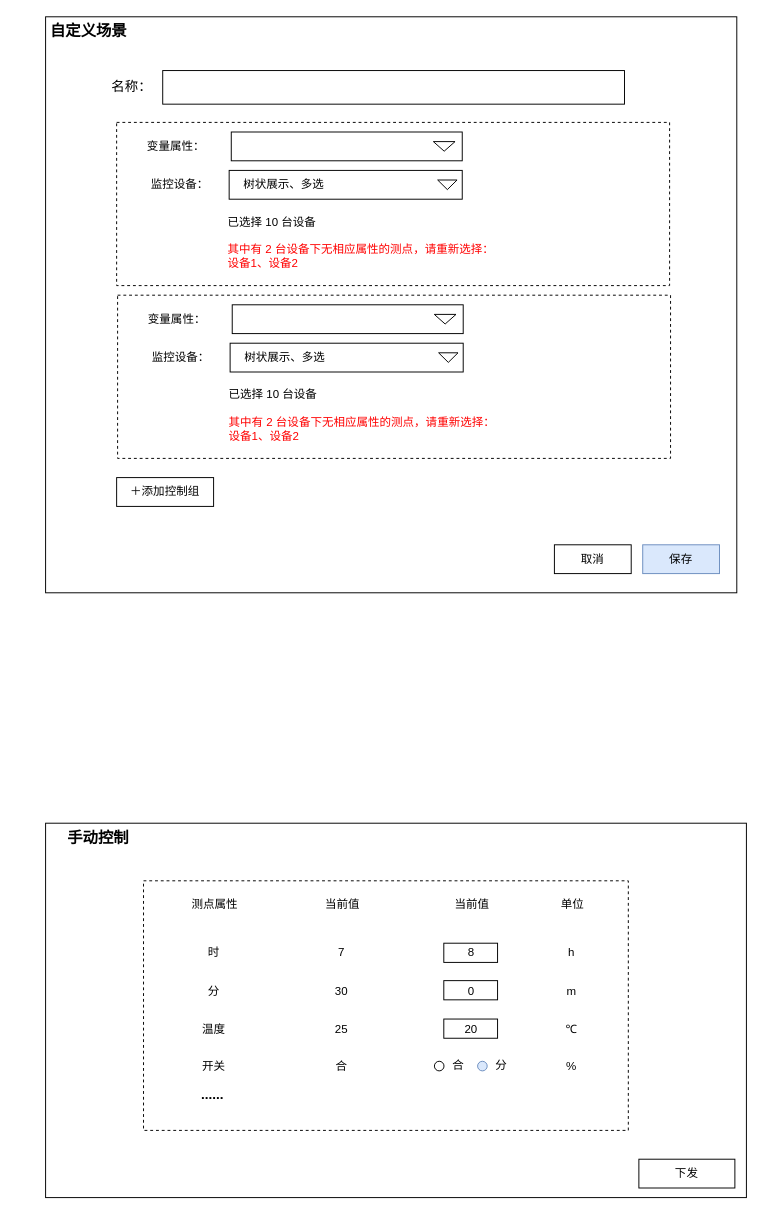
This is 场景控制.drawio from foreverfirst/draw, a draw.io file, before an edit. Source tidied: cells renumbered, new cells numbered last; positions are measured from the earlier drawing's top-left corner, leaving out a move shared by most shapes. Both pictures are drawn from the tidied source at 96%, with x=0, y=0 at pixel (16, 16).
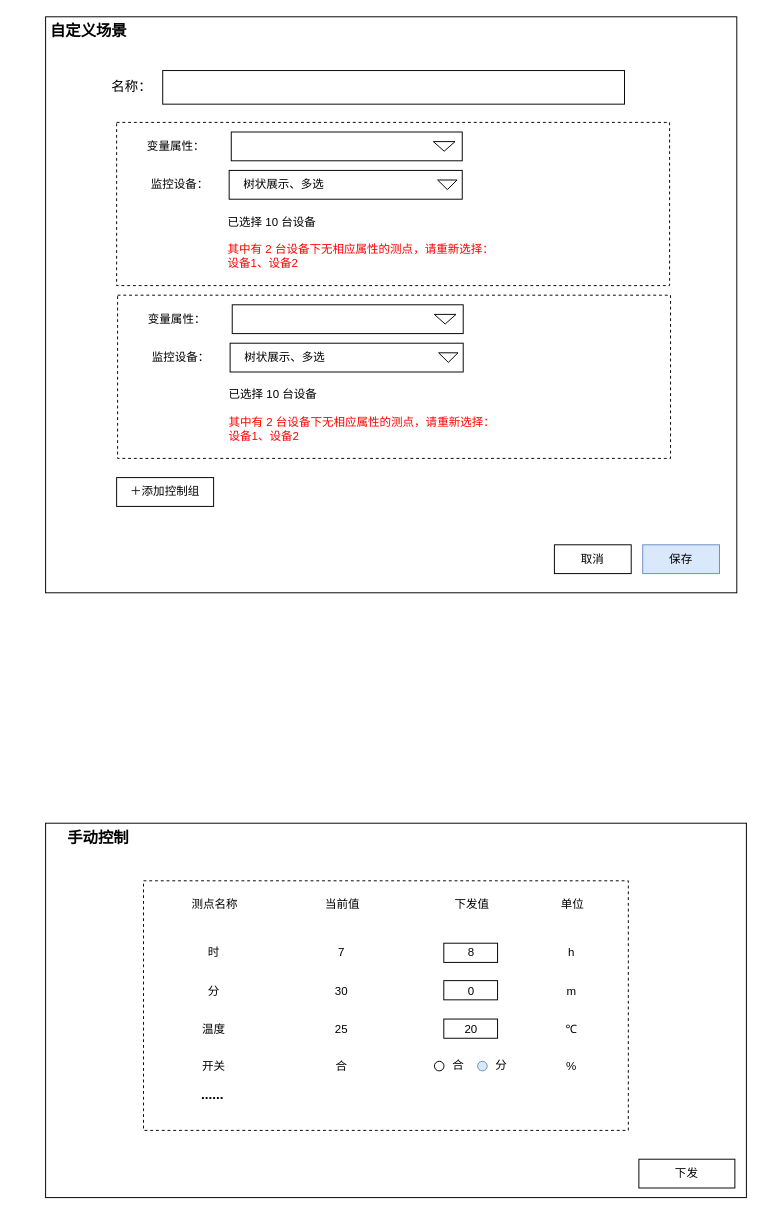
After the change.

Commit message:
更新场景控制.drawio

The change refers to these unchanged cells:
```xml
<mxCell id="13" style="group;" parent="12" vertex="1">
  <mxGeometry width="318" height="30" as="geometry" />
</mxCell>
```

Diff of the diagram source:
```diff
@@
-    <mxCell id="14" value="测点属性" style="text;html=1;strokeColor=none;fillColor=none;align=center;verticalAlign=middle;whiteSpace=wrap;rounded=0;" parent="13" vertex="1">
+    <mxCell id="14" value="测点名称" style="text;html=1;strokeColor=none;fillColor=none;align=center;verticalAlign=middle;whiteSpace=wrap;rounded=0;" parent="13" vertex="1">
       <mxGeometry width="50.5" height="30" as="geometry" />
     </mxCell>
@@
-    <mxCell id="16" value="当前值" style="text;html=1;strokeColor=none;fillColor=none;align=center;verticalAlign=middle;whiteSpace=wrap;rounded=0;" parent="13" vertex="1">
+    <mxCell id="16" value="下发值" style="text;html=1;strokeColor=none;fillColor=none;align=center;verticalAlign=middle;whiteSpace=wrap;rounded=0;" parent="13" vertex="1">
       <mxGeometry x="267.5" width="50.5" height="30" as="geometry" />
     </mxCell>
```
